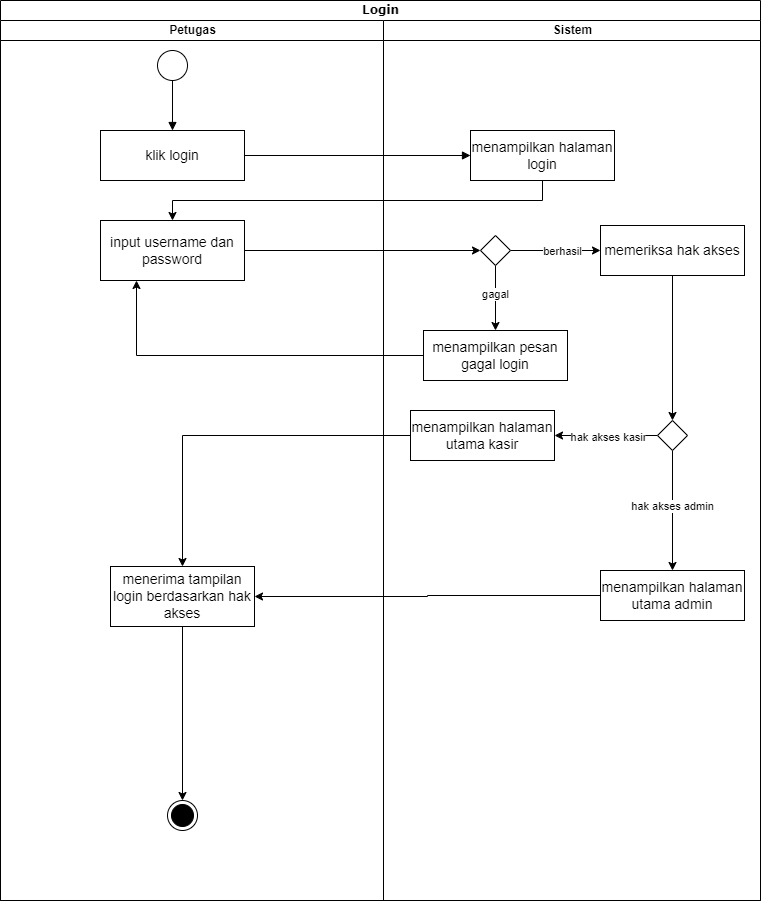
The draw.io diagram activity3.drawio.png in annrdhjn/drawio, before a commit. Source tidied: cells renumbered, new cells last; positions are measured from the earlier drawing's top-left corner, leaving out a move shared by most shapes.
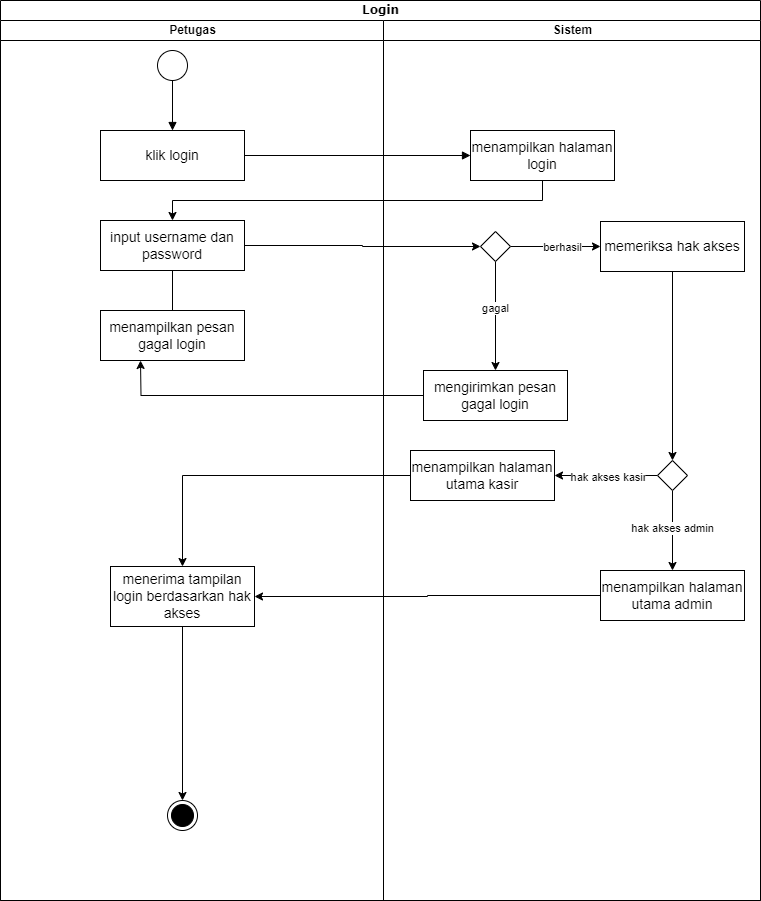
Later version of the same file.

Change to the diagram source:
```diff
@@ -1,4 +1,4 @@
-<mxGraphModel>
+<mxGraphModel background="#ffffff">
   <root>
     <mxCell id="0" />
     <mxCell id="1" parent="0" />
@@ -30,8 +30,14 @@
       <mxGeometry x="167" y="780" width="30" height="30" as="geometry" />
     </mxCell>
     <mxCell id="11" value="&lt;font style=&quot;font-size: 14px;&quot;&gt;input username dan password&lt;/font&gt;" style="html=1;whiteSpace=wrap;" parent="6" vertex="1">
-      <mxGeometry x="100" y="200" width="144" height="60" as="geometry" />
+      <mxGeometry x="100" y="200" width="144" height="50" as="geometry" />
     </mxCell>
+    <mxCell id="34" value="&lt;font style=&quot;font-size: 14px;&quot;&gt;menampilkan pesan gagal login&lt;/font&gt;" style="html=1;whiteSpace=wrap;" parent="6" vertex="1">
+      <mxGeometry x="100" y="290" width="144" height="50" as="geometry" />
+    </mxCell>
+    <mxCell id="35" style="endArrow=none;html=1;rounded=0;entryX=0.5;entryY=1;entryDx=0;entryDy=0;exitX=0.5;exitY=0;exitDx=0;exitDy=0;" parent="6" edge="1" source="34" target="11">
+      <mxGeometry relative="1" as="geometry" />
+    </mxCell>
     <mxCell id="12" value="Sistem" style="swimlane;html=1;startSize=20;" parent="2" vertex="1">
       <mxGeometry x="383" y="20" width="377" height="880" as="geometry" />
     </mxCell>
@@ -51,16 +57,16 @@
       <mxGeometry x="-0.15" y="-1" relative="1" as="geometry" />
     </mxCell>
     <mxCell id="18" style="rhombus;" parent="12" vertex="1">
-      <mxGeometry x="97" y="215" width="30" height="30" as="geometry" />
+      <mxGeometry x="97" y="211" width="30" height="30" as="geometry" />
     </mxCell>
     <mxCell id="19" style="edgeStyle=orthogonalEdgeStyle;rounded=0;jettySize=auto;html=1;entryX=0.5;entryY=0;entryDx=0;entryDy=0;" parent="12" edge="1" source="20" target="27">
       <mxGeometry relative="1" as="geometry" />
     </mxCell>
     <mxCell id="20" value="&lt;font style=&quot;font-size: 14px;&quot;&gt;memeriksa hak akses&lt;/font&gt;" style="html=1;whiteSpace=wrap;" parent="12" vertex="1">
-      <mxGeometry x="217" y="205" width="144" height="50" as="geometry" />
+      <mxGeometry x="217" y="201" width="144" height="50" as="geometry" />
     </mxCell>
-    <mxCell id="21" value="&lt;font style=&quot;font-size: 14px;&quot;&gt;menampilkan pesan gagal login&lt;/font&gt;" style="html=1;whiteSpace=wrap;" parent="12" vertex="1">
-      <mxGeometry x="40" y="310" width="144" height="50" as="geometry" />
+    <mxCell id="21" value="&lt;font style=&quot;font-size: 14px;&quot;&gt;mengirimkan pesan gagal login&lt;/font&gt;" style="html=1;whiteSpace=wrap;" parent="12" vertex="1">
+      <mxGeometry x="40" y="350" width="144" height="50" as="geometry" />
     </mxCell>
     <mxCell id="22" value="&lt;font style=&quot;font-size: 14px;&quot;&gt;menerima tampilan login berdasarkan hak akses&lt;/font&gt;" style="html=1;whiteSpace=wrap;" parent="12" vertex="1">
       <mxGeometry x="-273" y="546" width="144" height="60" as="geometry" />
@@ -78,10 +84,10 @@
       <mxGeometry x="-0.09" y="-1" relative="1" as="geometry" />
     </mxCell>
     <mxCell id="27" style="rhombus;" parent="12" vertex="1">
-      <mxGeometry x="274" y="400" width="30" height="30" as="geometry" />
+      <mxGeometry x="274" y="440" width="30" height="30" as="geometry" />
     </mxCell>
     <mxCell id="28" value="&lt;font style=&quot;font-size: 14px;&quot;&gt;menampilkan halaman utama kasir&lt;/font&gt;" style="html=1;whiteSpace=wrap;" parent="12" vertex="1">
-      <mxGeometry x="27" y="390" width="144" height="50" as="geometry" />
+      <mxGeometry x="27" y="430" width="144" height="50" as="geometry" />
     </mxCell>
     <mxCell id="29" value="&lt;font style=&quot;font-size: 14px;&quot;&gt;menampilkan halaman utama admin&lt;/font&gt;" style="html=1;whiteSpace=wrap;" parent="12" vertex="1">
       <mxGeometry x="217" y="550" width="144" height="50" as="geometry" />
@@ -92,8 +98,10 @@
     <mxCell id="31" style="edgeStyle=orthogonalEdgeStyle;rounded=0;jettySize=auto;html=1;entryX=1;entryY=0.5;entryDx=0;entryDy=0;" parent="12" edge="1" source="29" target="22">
       <mxGeometry relative="1" as="geometry" />
     </mxCell>
-    <mxCell id="32" style="edgeStyle=orthogonalEdgeStyle;rounded=0;jettySize=auto;html=1;entryX=0.25;entryY=1;entryDx=0;entryDy=0;exitX=0;exitY=0.5;exitDx=0;exitDy=0;" parent="2" edge="1" source="21" target="11">
-      <mxGeometry relative="1" as="geometry" />
+    <mxCell id="32" style="edgeStyle=orthogonalEdgeStyle;rounded=0;jettySize=auto;html=1;exitX=0;exitY=0.5;exitDx=0;exitDy=0;" parent="2" edge="1" source="21">
+      <mxGeometry relative="1" as="geometry">
+        <mxPoint x="140" y="360" as="targetPoint" />
+      </mxGeometry>
     </mxCell>
     <mxCell id="33" style="edgeStyle=orthogonalEdgeStyle;rounded=0;jettySize=auto;html=1;entryX=0.5;entryY=0;entryDx=0;entryDy=0;" parent="2" edge="1" source="22" target="10">
       <mxGeometry relative="1" as="geometry" />
```
